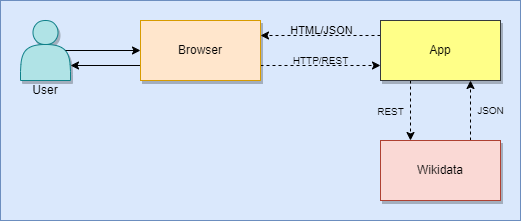
The draw.io diagram docs/images/05_level1.drawio.png in Arquisoft/wiq_es05b, before a commit. Source tidied: cells renumbered, new cells last; positions are measured from the earlier drawing's top-left corner, leaving out a move shared by most shapes.
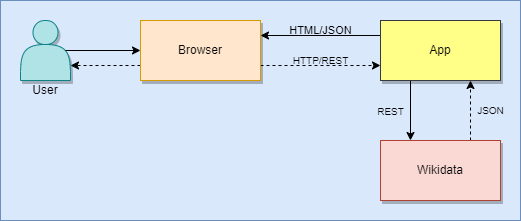
Above is the later version.

Change to the diagram source:
```diff
@@ -13,7 +13,7 @@
         <mxPoint x="5" y="-5" as="offset" />
       </mxGeometry>
     </mxCell>
-    <mxCell id="5" style="edgeStyle=none;html=1;exitX=0.25;exitY=1;exitDx=0;exitDy=0;entryX=0.25;entryY=0;entryDx=0;entryDy=0;dashed=1;" parent="1" edge="1" source="9" target="12">
+    <mxCell id="5" style="edgeStyle=none;html=1;exitX=0.25;exitY=1;exitDx=0;exitDy=0;entryX=0.25;entryY=0;entryDx=0;entryDy=0;" parent="1" edge="1" source="9" target="12">
       <mxGeometry relative="1" as="geometry" />
     </mxCell>
     <mxCell id="6" value="REST" style="edgeLabel;html=1;align=center;verticalAlign=middle;fontSize=10;labelBackgroundColor=none;" parent="5" vertex="1">
@@ -21,7 +21,7 @@
         <mxPoint x="-21" y="8" as="offset" />
       </mxGeometry>
     </mxCell>
-    <mxCell id="7" style="edgeStyle=none;html=1;exitX=0;exitY=0.25;exitDx=0;exitDy=0;entryX=1;entryY=0.25;entryDx=0;entryDy=0;dashed=1;" parent="1" edge="1" source="9" target="17">
+    <mxCell id="7" style="edgeStyle=none;html=1;exitX=0;exitY=0.25;exitDx=0;exitDy=0;entryX=1;entryY=0.25;entryDx=0;entryDy=0;" parent="1" edge="1" source="9" target="17">
       <mxGeometry relative="1" as="geometry" />
     </mxCell>
     <mxCell id="8" value="HTML/JSON" style="edgeLabel;html=1;align=center;verticalAlign=middle;labelBackgroundColor=none;" parent="7" vertex="1">
@@ -52,7 +52,7 @@
     <mxCell id="15" value="User" style="text;html=1;strokeColor=none;fillColor=none;align=center;verticalAlign=middle;whiteSpace=wrap;rounded=0;" parent="13" vertex="1">
       <mxGeometry y="60" width="60" height="20" as="geometry" />
     </mxCell>
-    <mxCell id="16" style="edgeStyle=none;html=1;exitX=0;exitY=0.75;exitDx=0;exitDy=0;entryX=1;entryY=0.75;entryDx=0;entryDy=0;" parent="1" edge="1" source="17" target="14">
+    <mxCell id="16" style="edgeStyle=none;html=1;exitX=0;exitY=0.75;exitDx=0;exitDy=0;entryX=1;entryY=0.75;entryDx=0;entryDy=0;dashed=1;" parent="1" edge="1" source="17" target="14">
       <mxGeometry relative="1" as="geometry" />
     </mxCell>
     <mxCell id="17" value="Browser" style="whiteSpace=wrap;html=1;fillColor=#ffe6cc;strokeColor=#d79b00;shadow=1;" parent="1" vertex="1">
```
